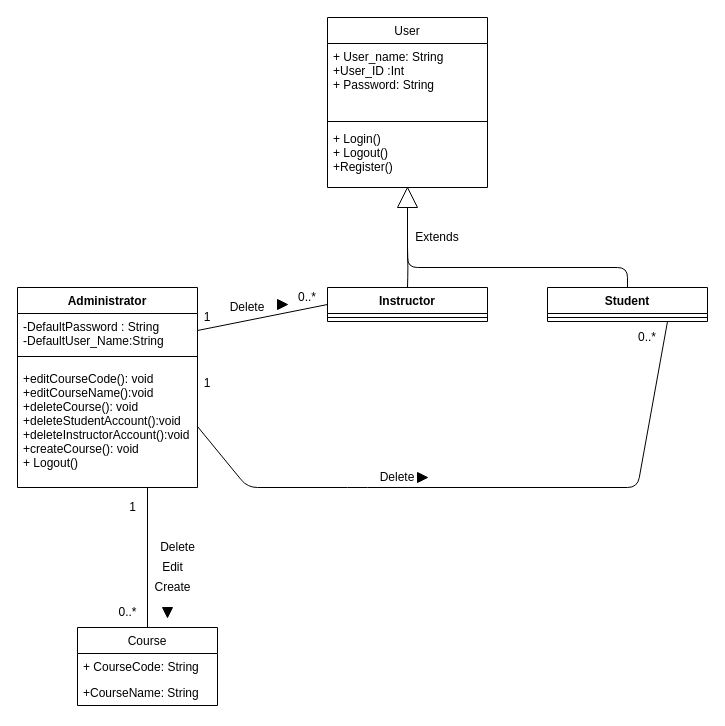
Above: SEG2105_Project.drawio in Ze-48346/SEG2105_Project_Work (draw.io), before the change. Source tidied: cells renumbered, new cells numbered last; positions are measured from the earlier drawing's top-left corner, leaving out a move shared by most shapes. Both pictures are drawn from the tidied source at 100%, with x=0, y=0 at pixel (17, 17).
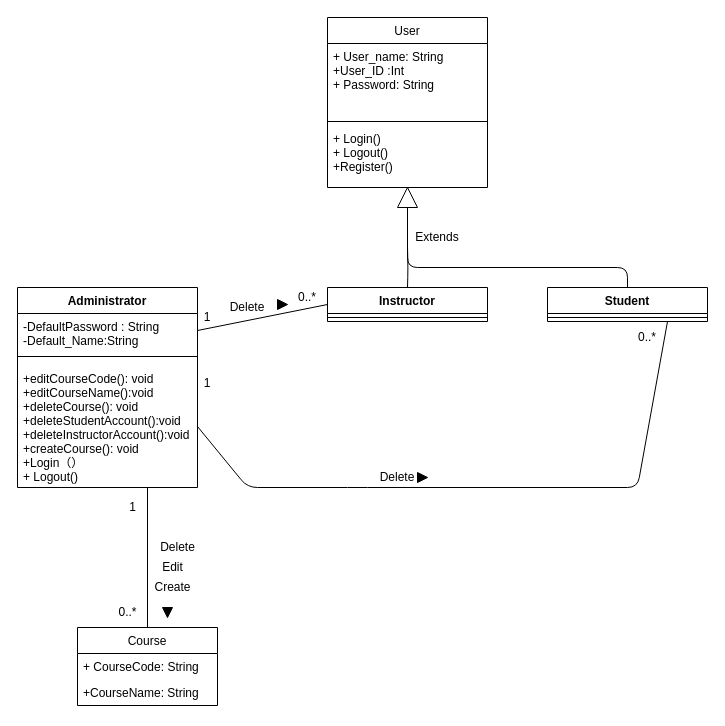
After the change.

The change refers to these unchanged cells:
```xml
<mxCell id="6" value=" Administrator" style="swimlane;fontStyle=1;align=center;verticalAlign=top;horizontal=1;startSize=26;" parent="1" vertex="1">
  <mxGeometry y="270" width="180" height="200" as="geometry" />
</mxCell>
```

Diff of the diagram source:
```diff
@@
-    <mxCell id="7" value="-DefaultPassword : String&#10;-DefaultUser_Name:String&#10;" style="text;strokeColor=none;fillColor=none;align=left;verticalAlign=top;spacingLeft=4;spacingRight=4;overflow=hidden;points=[[0,0.5],[1,0.5]];portConstraint=eastwest;" parent="6" vertex="1">
+    <mxCell id="7" value="-DefaultPassword : String&#10;-Default_Name:String&#10;" style="text;strokeColor=none;fillColor=none;align=left;verticalAlign=top;spacingLeft=4;spacingRight=4;overflow=hidden;points=[[0,0.5],[1,0.5]];portConstraint=eastwest;" parent="6" vertex="1">
       <mxGeometry y="26" width="180" height="34" as="geometry" />
     </mxCell>
@@
-    <mxCell id="9" value="+editCourseCode(): void&#10;+editCourseName():void&#10;+deleteCourse(): void&#10;+deleteStudentAccount():void&#10;+deleteInstructorAccount():void&#10;+createCourse(): void&#10;+ Logout()&#10;&#10;" style="text;strokeColor=none;fillColor=none;align=left;verticalAlign=top;spacingLeft=4;spacingRight=4;overflow=hidden;points=[[0,0.5],[1,0.5]];portConstraint=eastwest;" parent="6" vertex="1">
+    <mxCell id="9" value="+editCourseCode(): void&#10;+editCourseName():void&#10;+deleteCourse(): void&#10;+deleteStudentAccount():void&#10;+deleteInstructorAccount():void&#10;+createCourse(): void&#10;+Login（）&#10;+ Logout()&#10;&#10;" style="text;strokeColor=none;fillColor=none;align=left;verticalAlign=top;spacingLeft=4;spacingRight=4;overflow=hidden;points=[[0,0.5],[1,0.5]];portConstraint=eastwest;" parent="6" vertex="1">
       <mxGeometry y="78" width="180" height="122" as="geometry" />
     </mxCell>
```
